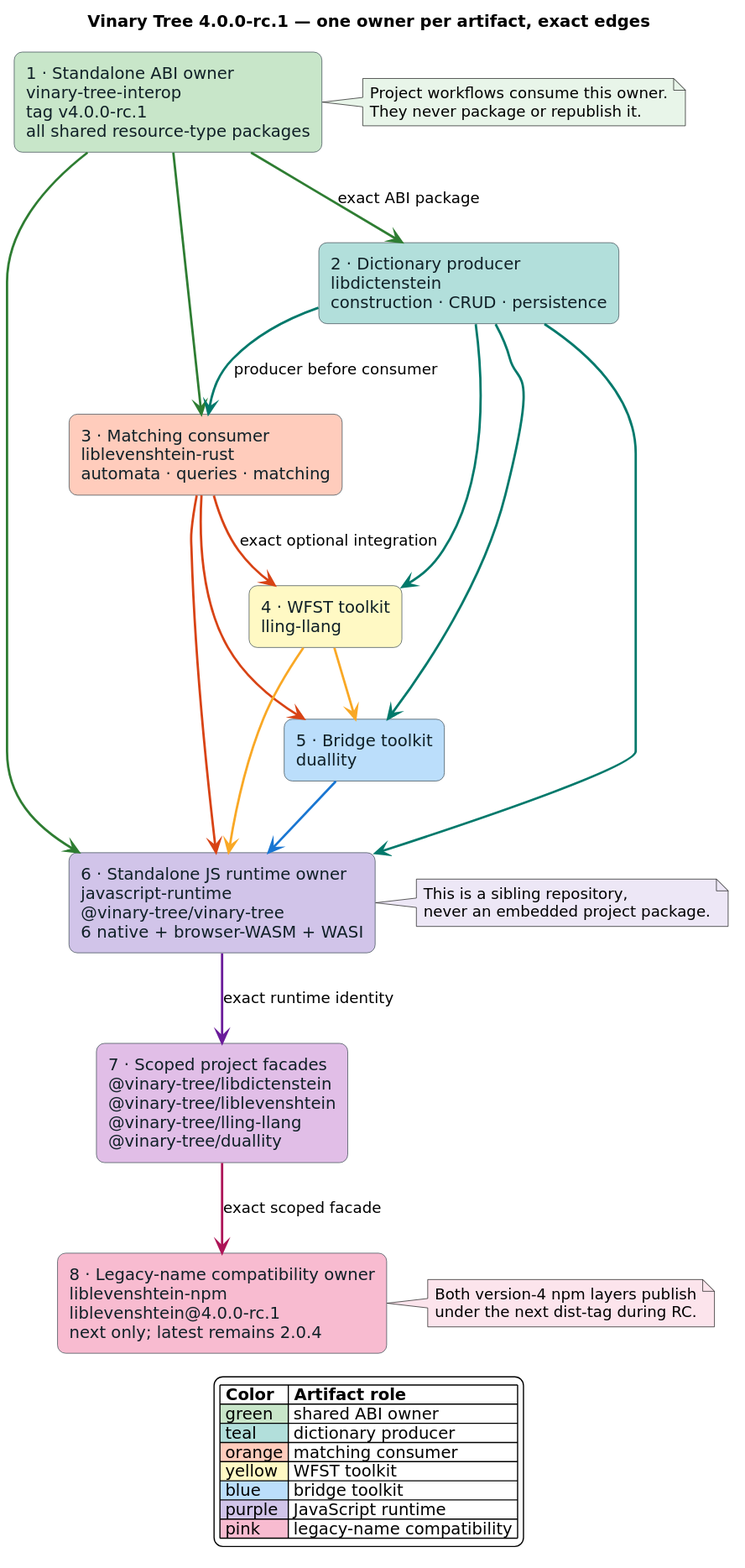
This is docs/diagrams/bindings/registry-topology.svg from vinary-tree/liblevenshtein-rust, a PlantUML export, as it was before one commit. Its source is kept beside it as docs/diagrams/bindings/registry-topology.puml.
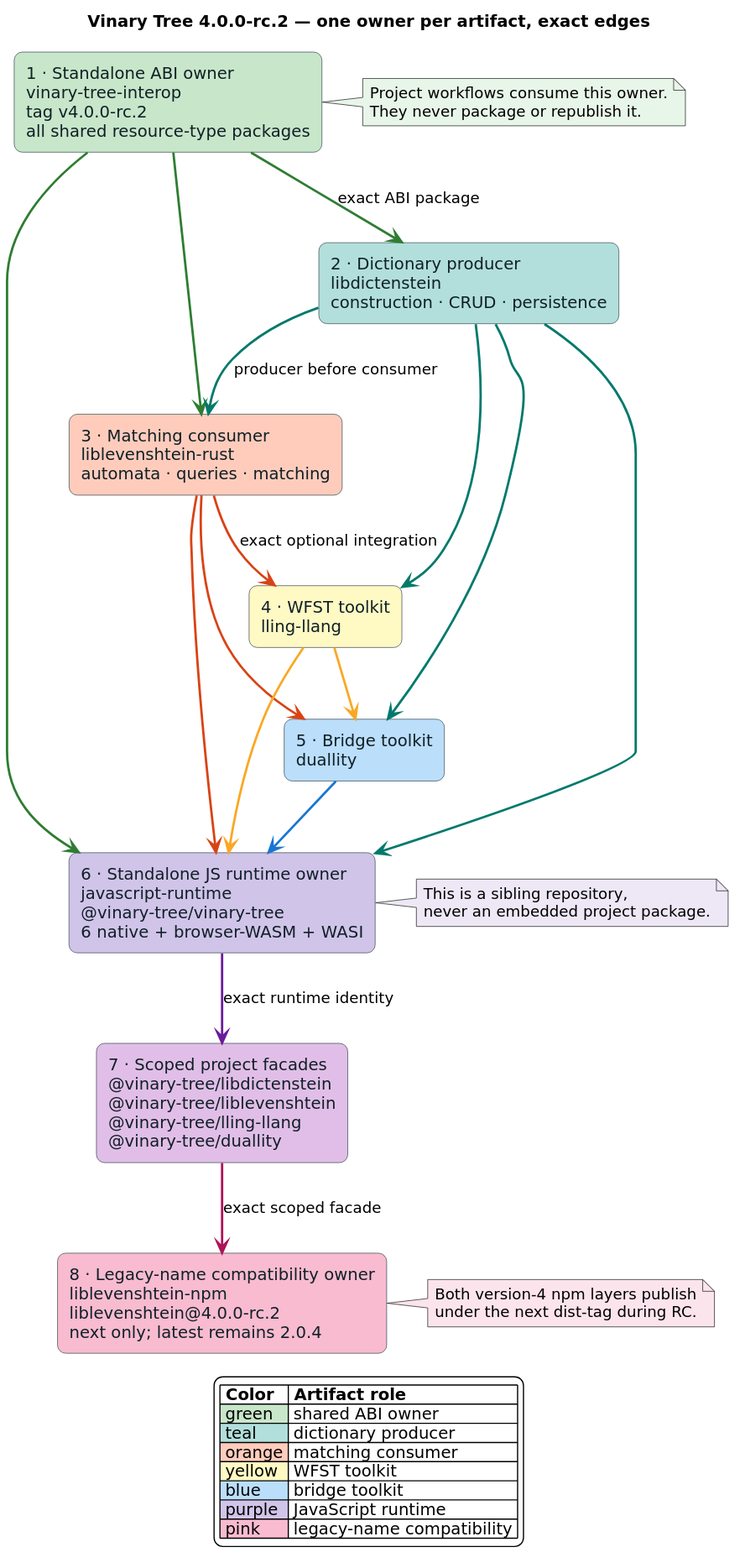
Above is the later version.

What changed in the source:
```diff
@@ -11,9 +11,9 @@
 skinparam ArrowThickness 2
 top to bottom direction
 
-title Vinary Tree 4.0.0-rc.1 — one owner per artifact, exact edges
+title Vinary Tree 4.0.0-rc.2 — one owner per artifact, exact edges
 
-rectangle "1 · Standalone ABI owner\nvinary-tree-interop\ntag v4.0.0-rc.1\nall shared resource-type packages" as INTEROP #C8E6C9
+rectangle "1 · Standalone ABI owner\nvinary-tree-interop\ntag v4.0.0-rc.2\nall shared resource-type packages" as INTEROP #C8E6C9
 
 rectangle "2 · Dictionary producer\nlibdictenstein\nconstruction · CRUD · persistence" as LDICT #B2DFDB
 rectangle "3 · Matching consumer\nliblevenshtein-rust\nautomata · queries · matching" as LLEV #FFCCBC
@@ -22,7 +22,7 @@
 
 rectangle "6 · Standalone JS runtime owner\njavascript-runtime\n@vinary-tree/vinary-tree\n6 native + browser-WASM + WASI" as RUNTIME #D1C4E9
 rectangle "7 · Scoped project facades\n@vinary-tree/libdictenstein\n@vinary-tree/liblevenshtein\n@vinary-tree/lling-llang\n@vinary-tree/duallity" as SCOPED #E1BEE7
-rectangle "8 · Legacy-name compatibility owner\nliblevenshtein-npm\nliblevenshtein@4.0.0-rc.1\nnext only; latest remains 2.0.4" as COMPAT #F8BBD0
+rectangle "8 · Legacy-name compatibility owner\nliblevenshtein-npm\nliblevenshtein@4.0.0-rc.2\nnext only; latest remains 2.0.4" as COMPAT #F8BBD0
 
 INTEROP -[#2E7D32]-> LDICT : exact ABI package
 INTEROP -[#2E7D32]-> LLEV
```
